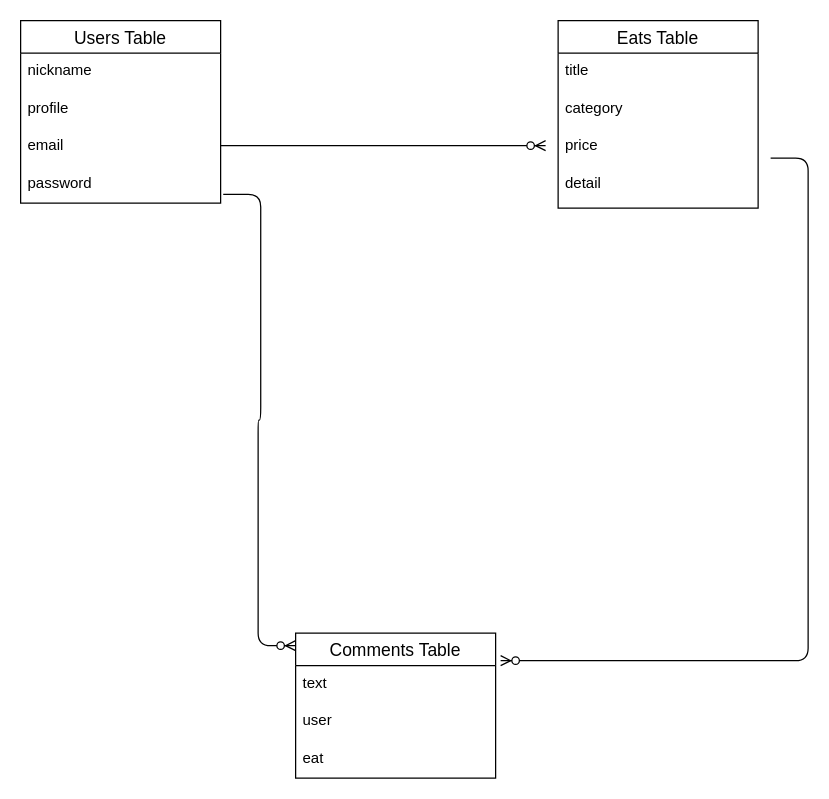
Above: test.dio in takakuga/ginlun-36418 (draw.io), before the change. Source tidied: cells renumbered, new cells numbered last; positions are measured from the earlier drawing's top-left corner, leaving out a move shared by most shapes. Both pictures are drawn from the tidied source at 125%, with x=0, y=0 at pixel (20, 20).
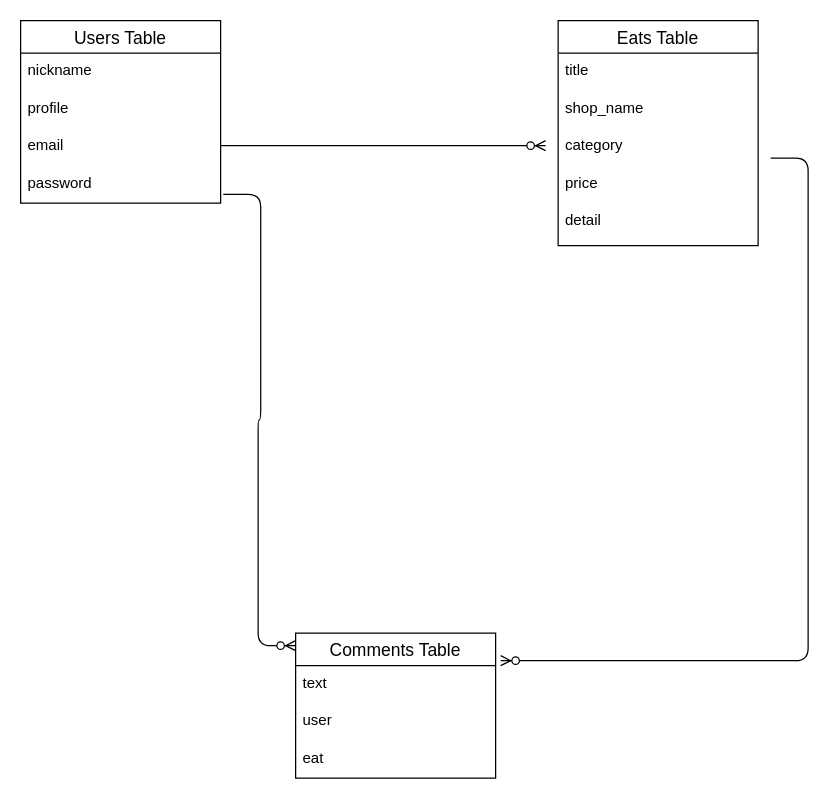
The same page after the edit.

Diff of the diagram source:
```diff
@@
     <mxCell id="7" value="Eats Table" style="swimlane;fontStyle=0;horizontal=1;startSize=26;align=center;fontSize=14;" parent="1" vertex="1">
-      <mxGeometry x="430" width="160" height="150" as="geometry" />
+      <mxGeometry x="430" width="160" height="180" as="geometry" />
     </mxCell>
@@
+    <mxCell id="19" value="shop_name" style="text;strokeColor=none;fillColor=none;spacingLeft=4;spacingRight=4;overflow=hidden;fontSize=12;" parent="7" vertex="1">
+      <mxGeometry y="56" width="160" height="30" as="geometry" />
+    </mxCell>
     <mxCell id="9" value="category" style="text;strokeColor=none;fillColor=none;spacingLeft=4;spacingRight=4;overflow=hidden;fontSize=12;" parent="7" vertex="1">
-      <mxGeometry y="56" width="160" height="30" as="geometry" />
+      <mxGeometry y="86" width="160" height="30" as="geometry" />
     </mxCell>
     <mxCell id="10" value="price" style="text;strokeColor=none;fillColor=none;spacingLeft=4;spacingRight=4;overflow=hidden;fontSize=12;" parent="7" vertex="1">
-      <mxGeometry y="86" width="160" height="30" as="geometry" />
+      <mxGeometry y="116" width="160" height="30" as="geometry" />
     </mxCell>
     <mxCell id="11" value="detail" style="text;strokeColor=none;fillColor=none;spacingLeft=4;spacingRight=4;overflow=hidden;fontSize=12;" parent="7" vertex="1">
-      <mxGeometry y="116" width="160" height="34" as="geometry" />
+      <mxGeometry y="146" width="160" height="34" as="geometry" />
     </mxCell>
```
